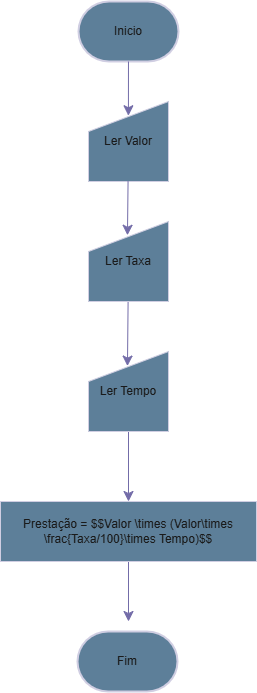
Above: exercicio5.drawio.png in andrew-cdia/algoritmos-lista1 (draw.io), before the change. Source tidied: cells renumbered, new cells last; positions are measured from the earlier drawing's top-left corner, leaving out a move shared by most shapes.
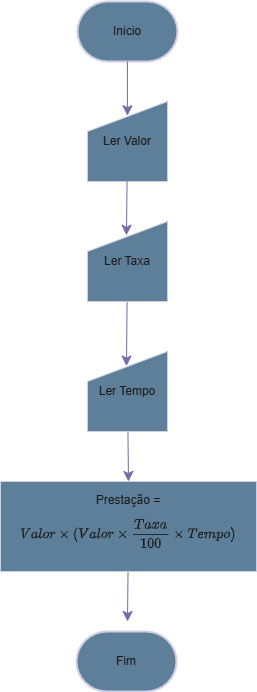
The same diagram one commit later.

Diff of the diagram source:
```diff
@@ -1,4 +1,4 @@
-<mxGraphModel>
+<mxGraphModel math="1">
   <root>
     <mxCell id="0" />
     <mxCell id="1" parent="0" />
@@ -28,8 +28,8 @@
         <mxPoint x="128" y="620" as="targetPoint" />
       </mxGeometry>
     </mxCell>
-    <mxCell id="10" value="Prestação = $$Valor \times (Valor\times \frac{Taxa/100}\times Tempo)$$" style="rounded=0;whiteSpace=wrap;html=1;labelBackgroundColor=none;fillColor=#5D7F99;strokeColor=#D0CEE2;fontColor=#1A1A1A;" parent="1" vertex="1">
-      <mxGeometry y="500" width="256" height="60" as="geometry" />
+    <mxCell id="10" value="Prestação = $$Valor \times (Valor\times \frac{Taxa}{100}\times Tempo)$$" style="rounded=0;whiteSpace=wrap;html=1;labelBackgroundColor=none;fillColor=#5D7F99;strokeColor=#D0CEE2;fontColor=#1A1A1A;" parent="1" vertex="1">
+      <mxGeometry x="1" y="480" width="256" height="90" as="geometry" />
     </mxCell>
     <mxCell id="11" style="edgeStyle=none;curved=1;rounded=0;jettySize=auto;html=1;entryX=0.499;entryY=0.178;entryDx=0;entryDy=0;entryPerimeter=0;fontSize=12;startSize=8;endSize=8;labelBackgroundColor=none;strokeColor=#736CA8;fontColor=default;" parent="1" edge="1" source="2" target="6">
       <mxGeometry relative="1" as="geometry" />
```
